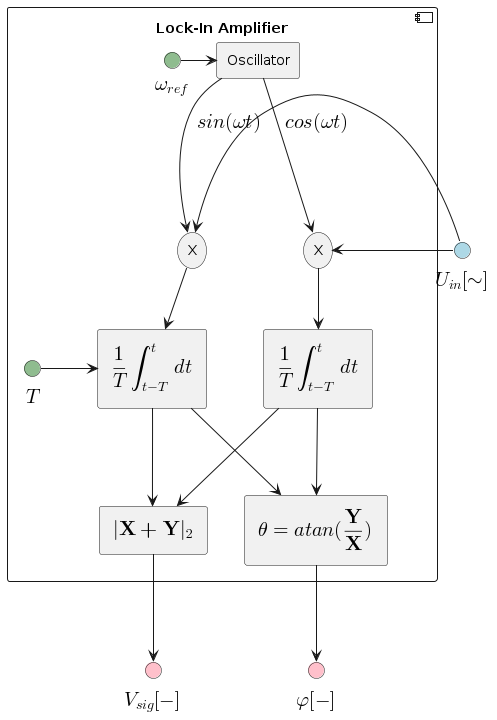
Above: afm_spm_components/images/lockin.png in nsulmol/documentation (PlantUML), before the change.
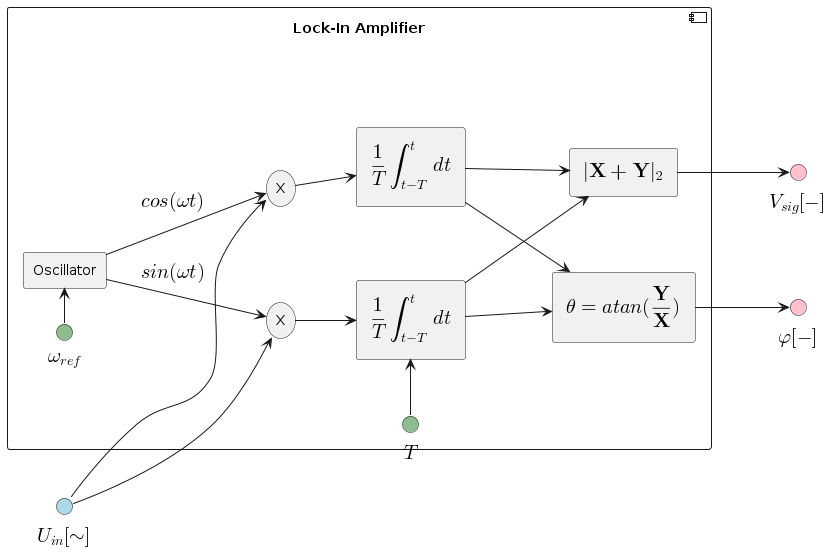
The same file after the commit.

The edit, as a diff of the source:
```diff
@@ -1,5 +1,6 @@
 @startuml
 !include style.puml
+left to right direction
 
 interface "<latex>U_{in}[\sim]</latex>" <<input>> as u_in
 
@@ -17,7 +18,7 @@
       storage X as x_sin
       rectangle "<latex>\frac{1}{T}\int_{t-T}^{t}dt</latex>" as integrator_sin
 
-      u_in -> x_sin
+      u_in --> x_sin
       sine_gen --> x_sin: "<latex>sin(\omega t)</latex>"
       x_sin --> integrator_sin
     }
@@ -26,7 +27,7 @@
       storage X as x_cos
       rectangle "<latex>\frac{1}{T}\int_{t-T}^{t}dt</latex>" as integrator_cos
 
-      u_in -> x_cos
+      u_in --> x_cos
       sine_gen --> x_cos: "<latex>cos(\omega t)</latex>"
       x_cos --> integrator_cos
     }
```
